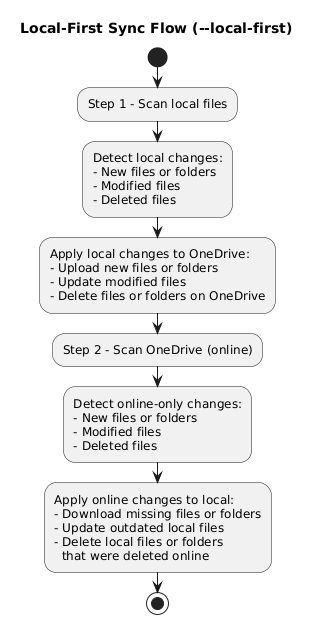
This is docs/puml/local_first_sync_process.png from abraunegg/onedrive, a PlantUML export, as it was before one commit.
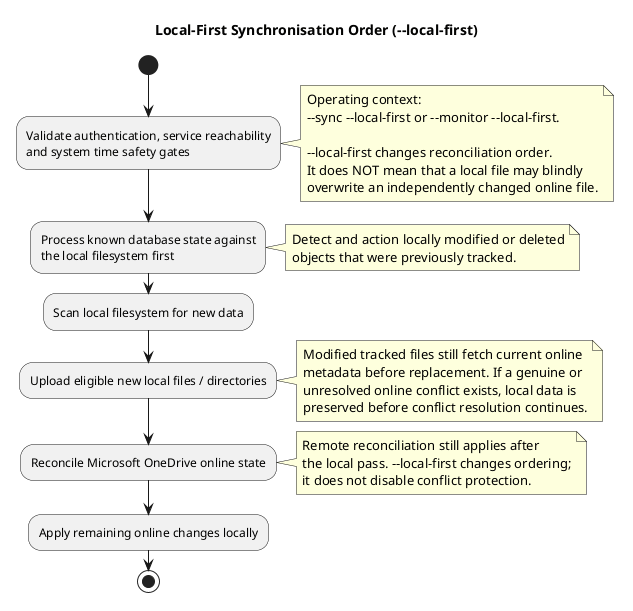
The same file after the commit.

Change to the diagram source:
```diff
@@ -1,30 +1,39 @@
 @startuml
-title Local-First Sync Flow (--local-first)
+title Local-First Synchronisation Order (~--local-first)
 
 start
+:Validate authentication, service reachability\nand system time safety gates;
+note right
+  Operating context:
+  ~--sync ~--local-first or ~--monitor ~--local-first.
 
-:Step 1 - Scan local files;
-:Detect local changes:
-- New files or folders
-- Modified files
-- Deleted files;
+  ~--local-first changes reconciliation order.
+  It does NOT mean that a local file may blindly
+  overwrite an independently changed online file.
+end note
 
-:Apply local changes to OneDrive:
-- Upload new files or folders
-- Update modified files
-- Delete files or folders on OneDrive;
+:Process known database state against\nthe local filesystem first;
+note right
+  Detect and action locally modified or deleted
+  objects that were previously tracked.
+end note
 
-:Step 2 - Scan OneDrive (online);
-:Detect online-only changes:
-- New files or folders
-- Modified files
-- Deleted files;
+:Scan local filesystem for new data;
+:Upload eligible new local files / directories;
+note right
+  Modified tracked files still fetch current online
+  metadata before replacement. If a genuine or
+  unresolved online conflict exists, local data is
+  preserved before conflict resolution continues.
+end note
 
-:Apply online changes to local:
-- Download missing files or folders
-- Update outdated local files
-- Delete local files or folders
-  that were deleted online;
+:Reconcile Microsoft OneDrive online state;
+note right
+  Remote reconciliation still applies after
+  the local pass. ~--local-first changes ordering;
+  it does not disable conflict protection.
+end note
 
+:Apply remaining online changes locally;
 stop
 @enduml
```
